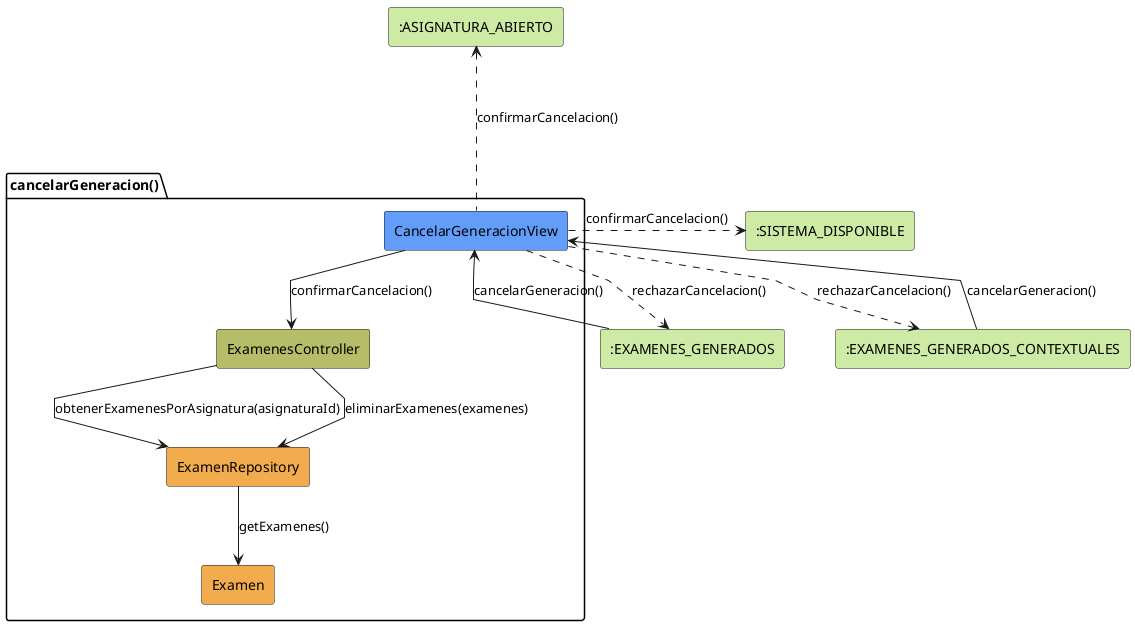
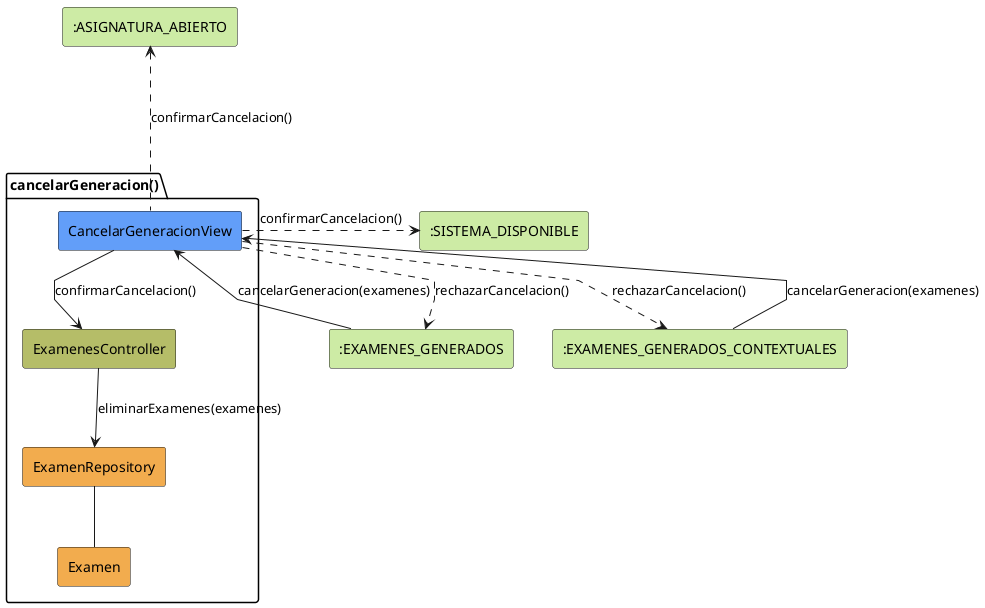
@startuml cancelarGeneracion-analisis
skinparam linetype polyline

rectangle #CDEBA5 ":EXAMENES_GENERADOS" as ExamGen
rectangle #CDEBA5 ":EXAMENES_GENERADOS_CONTEXTUALES" as ExamGenCtx
package cancelarGeneracion as "cancelarGeneracion()" {
    rectangle #629EF9 CancelarGeneracionView
    rectangle #b5bd68 ExamenesController
    rectangle #F2AC4E ExamenRepository
    rectangle #F2AC4E Examen
}

rectangle #CDEBA5 ":SISTEMA_DISPONIBLE" as SistemaDisponible
rectangle #CDEBA5 ":ASIGNATURA_ABIERTO" as AsignaturaAbierto

- ExamGen -r-> CancelarGeneracionView: cancelarGeneracion()
- ExamGenCtx -r-> CancelarGeneracionView: cancelarGeneracion()
+ ExamGen -r-> CancelarGeneracionView: cancelarGeneracion(examenes)
+ ExamGenCtx -r-> CancelarGeneracionView: cancelarGeneracion(examenes)

CancelarGeneracionView -d-> ExamenesController: confirmarCancelacion()

- ExamenesController --> ExamenRepository: obtenerExamenesPorAsignatura(asignaturaId)
- ExamenRepository --> Examen: getExamenes()
+ ExamenRepository -- Examen

ExamenesController --> ExamenRepository: eliminarExamenes(examenes)

CancelarGeneracionView ..> ExamGen: rechazarCancelacion()
CancelarGeneracionView ..> ExamGenCtx: rechazarCancelacion()
CancelarGeneracionView ..r.> SistemaDisponible: confirmarCancelacion()
CancelarGeneracionView ..u.> AsignaturaAbierto: confirmarCancelacion()

@enduml